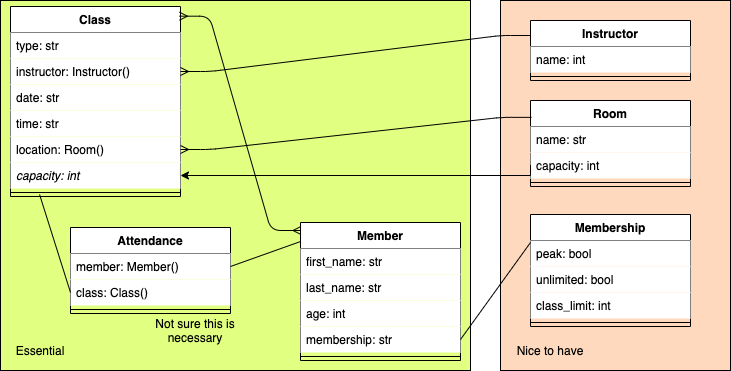
Earlier version of the draw.io export gym_class_diagram.png (StuMcA/gym_member_app). Source tidied: cells renumbered, new cells last; positions are measured from the earlier drawing's top-left corner, leaving out a move shared by most shapes. The source it was exported from:
```xml
<mxGraphModel>
  <root>
    <mxCell id="0" />
    <mxCell id="1" parent="0" />
    <mxCell id="2" style="rounded=0;whiteSpace=wrap;html=1;fillColor=#FFD9BD;" parent="1" vertex="1">
      <mxGeometry x="500" width="230" height="370" as="geometry" />
    </mxCell>
    <mxCell id="3" style="rounded=0;whiteSpace=wrap;html=1;fillColor=#E1FF80;" parent="1" vertex="1">
      <mxGeometry width="470" height="370" as="geometry" />
    </mxCell>
    <mxCell id="4" value="Class" style="swimlane;fontStyle=1;align=center;verticalAlign=top;horizontal=1;startSize=26;" parent="1" vertex="1">
      <mxGeometry x="10" y="6" width="170" height="190" as="geometry" />
    </mxCell>
    <mxCell id="5" value="type: str" style="text;strokeColor=none;fillColor=#FFFFFF;align=left;verticalAlign=top;spacingLeft=4;spacingRight=4;overflow=hidden;" parent="4" vertex="1">
      <mxGeometry y="26" width="170" height="26" as="geometry" />
    </mxCell>
    <mxCell id="6" value="instructor: Instructor()" style="text;strokeColor=none;fillColor=#FFFFFF;align=left;verticalAlign=top;spacingLeft=4;spacingRight=4;overflow=hidden;points=[[0,0.5],[1,0.5]];portConstraint=eastwest;" parent="4" vertex="1">
      <mxGeometry y="52" width="170" height="26" as="geometry" />
    </mxCell>
    <mxCell id="7" value="date: str" style="text;strokeColor=none;fillColor=#FFFFFF;align=left;verticalAlign=top;spacingLeft=4;spacingRight=4;overflow=hidden;" parent="4" vertex="1">
      <mxGeometry y="78" width="170" height="26" as="geometry" />
    </mxCell>
    <mxCell id="8" value="time: str" style="text;strokeColor=none;fillColor=#FFFFFF;align=left;verticalAlign=top;spacingLeft=4;spacingRight=4;overflow=hidden;" parent="4" vertex="1">
      <mxGeometry y="104" width="170" height="26" as="geometry" />
    </mxCell>
    <mxCell id="9" value="location: Room()" style="text;strokeColor=none;fillColor=#FFFFFF;align=left;verticalAlign=top;spacingLeft=4;spacingRight=4;overflow=hidden;points=[[0,0.5],[1,0.5]];portConstraint=eastwest;" parent="4" vertex="1">
      <mxGeometry y="130" width="170" height="26" as="geometry" />
    </mxCell>
    <mxCell id="10" value="capacity: int" style="text;strokeColor=none;fillColor=#FFFFFF;align=left;verticalAlign=top;spacingLeft=4;spacingRight=4;overflow=hidden;points=[[0,0.5],[1,0.5]];portConstraint=eastwest;fontStyle=2;" parent="4" vertex="1">
      <mxGeometry y="156" width="170" height="26" as="geometry" />
    </mxCell>
    <mxCell id="11" style="line;strokeWidth=1;fillColor=#FFFFFF;align=left;verticalAlign=middle;spacingTop=-1;spacingLeft=3;spacingRight=3;labelPosition=right;points=[];portConstraint=eastwest;" parent="4" vertex="1">
      <mxGeometry y="182" width="170" height="8" as="geometry" />
    </mxCell>
    <mxCell id="12" value="Member" style="swimlane;fontStyle=1;align=center;verticalAlign=top;horizontal=1;startSize=26;" parent="1" vertex="1">
      <mxGeometry x="300" y="222" width="160" height="138" as="geometry" />
    </mxCell>
    <mxCell id="13" value="first_name: str" style="text;strokeColor=none;fillColor=#FFFFFF;align=left;verticalAlign=top;spacingLeft=4;spacingRight=4;overflow=hidden;" parent="12" vertex="1">
      <mxGeometry y="26" width="160" height="26" as="geometry" />
    </mxCell>
    <mxCell id="14" value="last_name: str" style="text;strokeColor=none;fillColor=#FFFFFF;align=left;verticalAlign=top;spacingLeft=4;spacingRight=4;overflow=hidden;" parent="12" vertex="1">
      <mxGeometry y="52" width="160" height="26" as="geometry" />
    </mxCell>
    <mxCell id="15" value="age: int" style="text;strokeColor=none;fillColor=#FFFFFF;align=left;verticalAlign=top;spacingLeft=4;spacingRight=4;overflow=hidden;" parent="12" vertex="1">
      <mxGeometry y="78" width="160" height="26" as="geometry" />
    </mxCell>
    <mxCell id="16" value="membership: str" style="text;strokeColor=none;fillColor=#FFFFFF;align=left;verticalAlign=top;spacingLeft=4;spacingRight=4;overflow=hidden;points=[[0,0.5],[1,0.5]];portConstraint=eastwest;" parent="12" vertex="1">
      <mxGeometry y="104" width="160" height="26" as="geometry" />
    </mxCell>
    <mxCell id="17" style="line;strokeWidth=1;fillColor=none;align=left;verticalAlign=middle;spacingTop=-1;spacingLeft=3;spacingRight=3;labelPosition=right;" parent="12" vertex="1">
      <mxGeometry y="130" width="160" height="8" as="geometry" />
    </mxCell>
    <mxCell id="18" value="Instructor" style="swimlane;fontStyle=1;align=center;verticalAlign=top;horizontal=1;startSize=26;" parent="1" vertex="1">
      <mxGeometry x="530" y="20" width="160" height="60" as="geometry" />
    </mxCell>
    <mxCell id="19" value="name: int" style="text;strokeColor=none;fillColor=#FFFFFF;align=left;verticalAlign=top;spacingLeft=4;spacingRight=4;overflow=hidden;" parent="18" vertex="1">
      <mxGeometry y="26" width="160" height="26" as="geometry" />
    </mxCell>
    <mxCell id="20" style="line;strokeWidth=1;fillColor=none;align=left;verticalAlign=middle;spacingTop=-1;spacingLeft=3;spacingRight=3;labelPosition=right;" parent="18" vertex="1">
      <mxGeometry y="52" width="160" height="8" as="geometry" />
    </mxCell>
    <mxCell id="21" value="Room" style="swimlane;fontStyle=1;align=center;verticalAlign=top;horizontal=1;startSize=26;" parent="1" vertex="1">
      <mxGeometry x="530" y="100" width="160" height="86" as="geometry" />
    </mxCell>
    <mxCell id="22" value="name: str" style="text;strokeColor=none;fillColor=#FFFFFF;align=left;verticalAlign=top;spacingLeft=4;spacingRight=4;overflow=hidden;" parent="21" vertex="1">
      <mxGeometry y="26" width="160" height="26" as="geometry" />
    </mxCell>
    <mxCell id="23" value="capacity: int" style="text;strokeColor=none;fillColor=#FFFFFF;align=left;verticalAlign=top;spacingLeft=4;spacingRight=4;overflow=hidden;" parent="21" vertex="1">
      <mxGeometry y="52" width="160" height="26" as="geometry" />
    </mxCell>
    <mxCell id="24" style="line;strokeWidth=1;fillColor=none;align=left;verticalAlign=middle;spacingTop=-1;spacingLeft=3;spacingRight=3;labelPosition=right;" parent="21" vertex="1">
      <mxGeometry y="78" width="160" height="8" as="geometry" />
    </mxCell>
    <mxCell id="25" style="edgeStyle=orthogonalEdgeStyle;rounded=0;jettySize=auto;html=1;entryX=1;entryY=0.5;entryDx=0;entryDy=0;exitX=0;exitY=0.75;exitDx=0;exitDy=0;" parent="1" edge="1" source="21" target="10">
      <mxGeometry relative="1" as="geometry">
        <Array as="points">
          <mxPoint x="530" y="175" />
        </Array>
      </mxGeometry>
    </mxCell>
    <mxCell id="26" value="Essential" style="text;html=1;strokeColor=none;fillColor=none;align=center;verticalAlign=middle;whiteSpace=wrap;rounded=0;" parent="1" vertex="1">
      <mxGeometry x="20" y="340" width="40" height="20" as="geometry" />
    </mxCell>
    <mxCell id="27" value="Nice to have" style="text;html=1;strokeColor=none;fillColor=none;align=center;verticalAlign=middle;whiteSpace=wrap;rounded=0;" parent="1" vertex="1">
      <mxGeometry x="510" y="340" width="80" height="20" as="geometry" />
    </mxCell>
    <mxCell id="28" value="Membership" style="swimlane;fontStyle=1;align=center;verticalAlign=top;horizontal=1;startSize=26;" parent="1" vertex="1">
      <mxGeometry x="530" y="214" width="160" height="112" as="geometry" />
    </mxCell>
    <mxCell id="29" value="peak: bool" style="text;strokeColor=none;fillColor=#FFFFFF;align=left;verticalAlign=top;spacingLeft=4;spacingRight=4;overflow=hidden;" parent="28" vertex="1">
      <mxGeometry y="26" width="160" height="26" as="geometry" />
    </mxCell>
    <mxCell id="30" value="unlimited: bool" style="text;strokeColor=none;fillColor=#FFFFFF;align=left;verticalAlign=top;spacingLeft=4;spacingRight=4;overflow=hidden;" parent="28" vertex="1">
      <mxGeometry y="52" width="160" height="26" as="geometry" />
    </mxCell>
    <mxCell id="31" value="class_limit: int" style="text;strokeColor=none;fillColor=#FFFFFF;align=left;verticalAlign=top;spacingLeft=4;spacingRight=4;overflow=hidden;" parent="28" vertex="1">
      <mxGeometry y="78" width="160" height="26" as="geometry" />
    </mxCell>
    <mxCell id="32" style="line;strokeWidth=1;fillColor=none;align=left;verticalAlign=middle;spacingTop=-1;spacingLeft=3;spacingRight=3;labelPosition=right;" parent="28" vertex="1">
      <mxGeometry y="104" width="160" height="8" as="geometry" />
    </mxCell>
    <mxCell id="33" style="edgeStyle=entityRelationEdgeStyle;fontSize=12;html=1;endArrow=ERmany;startArrow=ERmany;exitX=0.994;exitY=0.051;exitDx=0;exitDy=0;entryX=0.003;entryY=0.058;entryDx=0;entryDy=0;entryPerimeter=0;exitPerimeter=0;" parent="1" edge="1" source="4" target="12">
      <mxGeometry relative="1" as="geometry" />
    </mxCell>
    <mxCell id="34" style="edgeStyle=entityRelationEdgeStyle;fontSize=12;html=1;endArrow=ERmany;exitX=0;exitY=0.25;exitDx=0;exitDy=0;" parent="1" edge="1" source="18" target="6">
      <mxGeometry relative="1" as="geometry" />
    </mxCell>
    <mxCell id="35" style="edgeStyle=entityRelationEdgeStyle;fontSize=12;html=1;endArrow=ERmany;entryX=1;entryY=0.5;entryDx=0;entryDy=0;exitX=0.006;exitY=0.196;exitDx=0;exitDy=0;exitPerimeter=0;" parent="1" edge="1" source="21" target="9">
      <mxGeometry relative="1" as="geometry" />
    </mxCell>
    <mxCell id="36" style="endArrow=none;html=1;entryX=0;entryY=0.25;entryDx=0;entryDy=0;exitX=1;exitY=0.5;exitDx=0;exitDy=0;" parent="1" edge="1" source="16" target="28">
      <mxGeometry relative="1" as="geometry" />
    </mxCell>
    <mxCell id="37" value="Attendance" style="swimlane;fontStyle=1;align=center;verticalAlign=top;horizontal=1;startSize=26;fillColor=#FFFFFF;" parent="1" vertex="1">
      <mxGeometry x="70" y="227" width="160" height="86" as="geometry" />
    </mxCell>
    <mxCell id="38" value="member: Member()" style="text;strokeColor=none;fillColor=#FFFFFF;align=left;verticalAlign=top;spacingLeft=4;spacingRight=4;overflow=hidden;points=[[0,0.5],[1,0.5]];portConstraint=eastwest;" parent="37" vertex="1">
      <mxGeometry y="26" width="160" height="26" as="geometry" />
    </mxCell>
    <mxCell id="39" value="class: Class()" style="text;strokeColor=none;fillColor=#FFFFFF;align=left;verticalAlign=top;spacingLeft=4;spacingRight=4;overflow=hidden;points=[[0,0.5],[1,0.5]];portConstraint=eastwest;" parent="37" vertex="1">
      <mxGeometry y="52" width="160" height="26" as="geometry" />
    </mxCell>
    <mxCell id="40" style="line;strokeWidth=1;fillColor=none;align=left;verticalAlign=middle;spacingTop=-1;spacingLeft=3;spacingRight=3;labelPosition=right;" parent="37" vertex="1">
      <mxGeometry y="78" width="160" height="8" as="geometry" />
    </mxCell>
    <mxCell id="41" style="endArrow=none;html=1;exitX=1;exitY=0.5;exitDx=0;exitDy=0;entryX=0;entryY=0.138;entryDx=0;entryDy=0;entryPerimeter=0;" parent="1" edge="1" source="38" target="12">
      <mxGeometry relative="1" as="geometry" />
    </mxCell>
    <mxCell id="42" style="endArrow=none;html=1;exitX=0;exitY=0.5;exitDx=0;exitDy=0;entryX=0.171;entryY=0.75;entryDx=0;entryDy=0;entryPerimeter=0;" parent="1" edge="1" source="39" target="11">
      <mxGeometry relative="1" as="geometry" />
    </mxCell>
    <mxCell id="43" value="Not sure this is necessary" style="text;html=1;strokeColor=none;fillColor=none;align=center;verticalAlign=middle;whiteSpace=wrap;rounded=0;" parent="1" vertex="1">
      <mxGeometry x="140" y="320" width="110" height="20" as="geometry" />
    </mxCell>
  </root>
</mxGraphModel>
```
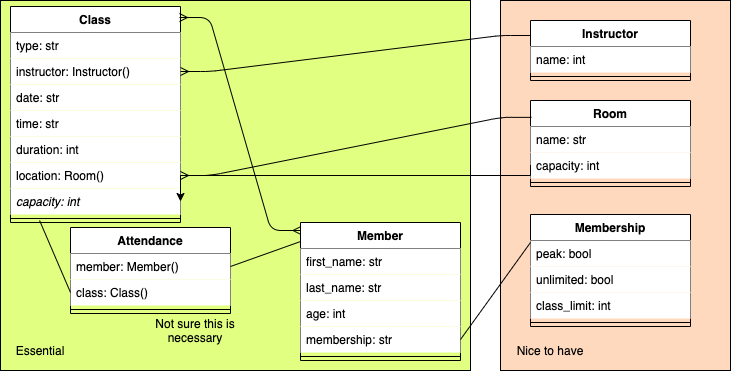
After the commit.

Commit message:
member class made

Diff of the diagram source:
```diff
@@ -9,7 +9,7 @@
       <mxGeometry width="470" height="370" as="geometry" />
     </mxCell>
     <mxCell id="4" value="Class" style="swimlane;fontStyle=1;align=center;verticalAlign=top;horizontal=1;startSize=26;" parent="1" vertex="1">
-      <mxGeometry x="10" y="6" width="170" height="190" as="geometry" />
+      <mxGeometry x="10" y="6" width="170" height="216" as="geometry" />
     </mxCell>
     <mxCell id="5" value="type: str" style="text;strokeColor=none;fillColor=#FFFFFF;align=left;verticalAlign=top;spacingLeft=4;spacingRight=4;overflow=hidden;" parent="4" vertex="1">
       <mxGeometry y="26" width="170" height="26" as="geometry" />
@@ -23,14 +23,17 @@
     <mxCell id="8" value="time: str" style="text;strokeColor=none;fillColor=#FFFFFF;align=left;verticalAlign=top;spacingLeft=4;spacingRight=4;overflow=hidden;" parent="4" vertex="1">
       <mxGeometry y="104" width="170" height="26" as="geometry" />
     </mxCell>
+    <mxCell id="44" value="duration: int" style="text;strokeColor=none;fillColor=#FFFFFF;align=left;verticalAlign=top;spacingLeft=4;spacingRight=4;overflow=hidden;" parent="4" vertex="1">
+      <mxGeometry y="130" width="170" height="26" as="geometry" />
+    </mxCell>
     <mxCell id="9" value="location: Room()" style="text;strokeColor=none;fillColor=#FFFFFF;align=left;verticalAlign=top;spacingLeft=4;spacingRight=4;overflow=hidden;points=[[0,0.5],[1,0.5]];portConstraint=eastwest;" parent="4" vertex="1">
-      <mxGeometry y="130" width="170" height="26" as="geometry" />
+      <mxGeometry y="156" width="170" height="26" as="geometry" />
     </mxCell>
     <mxCell id="10" value="capacity: int" style="text;strokeColor=none;fillColor=#FFFFFF;align=left;verticalAlign=top;spacingLeft=4;spacingRight=4;overflow=hidden;points=[[0,0.5],[1,0.5]];portConstraint=eastwest;fontStyle=2;" parent="4" vertex="1">
-      <mxGeometry y="156" width="170" height="26" as="geometry" />
+      <mxGeometry y="182" width="170" height="26" as="geometry" />
     </mxCell>
     <mxCell id="11" style="line;strokeWidth=1;fillColor=#FFFFFF;align=left;verticalAlign=middle;spacingTop=-1;spacingLeft=3;spacingRight=3;labelPosition=right;points=[];portConstraint=eastwest;" parent="4" vertex="1">
-      <mxGeometry y="182" width="170" height="8" as="geometry" />
+      <mxGeometry y="208" width="170" height="8" as="geometry" />
     </mxCell>
     <mxCell id="12" value="Member" style="swimlane;fontStyle=1;align=center;verticalAlign=top;horizontal=1;startSize=26;" parent="1" vertex="1">
       <mxGeometry x="300" y="222" width="160" height="138" as="geometry" />
```
